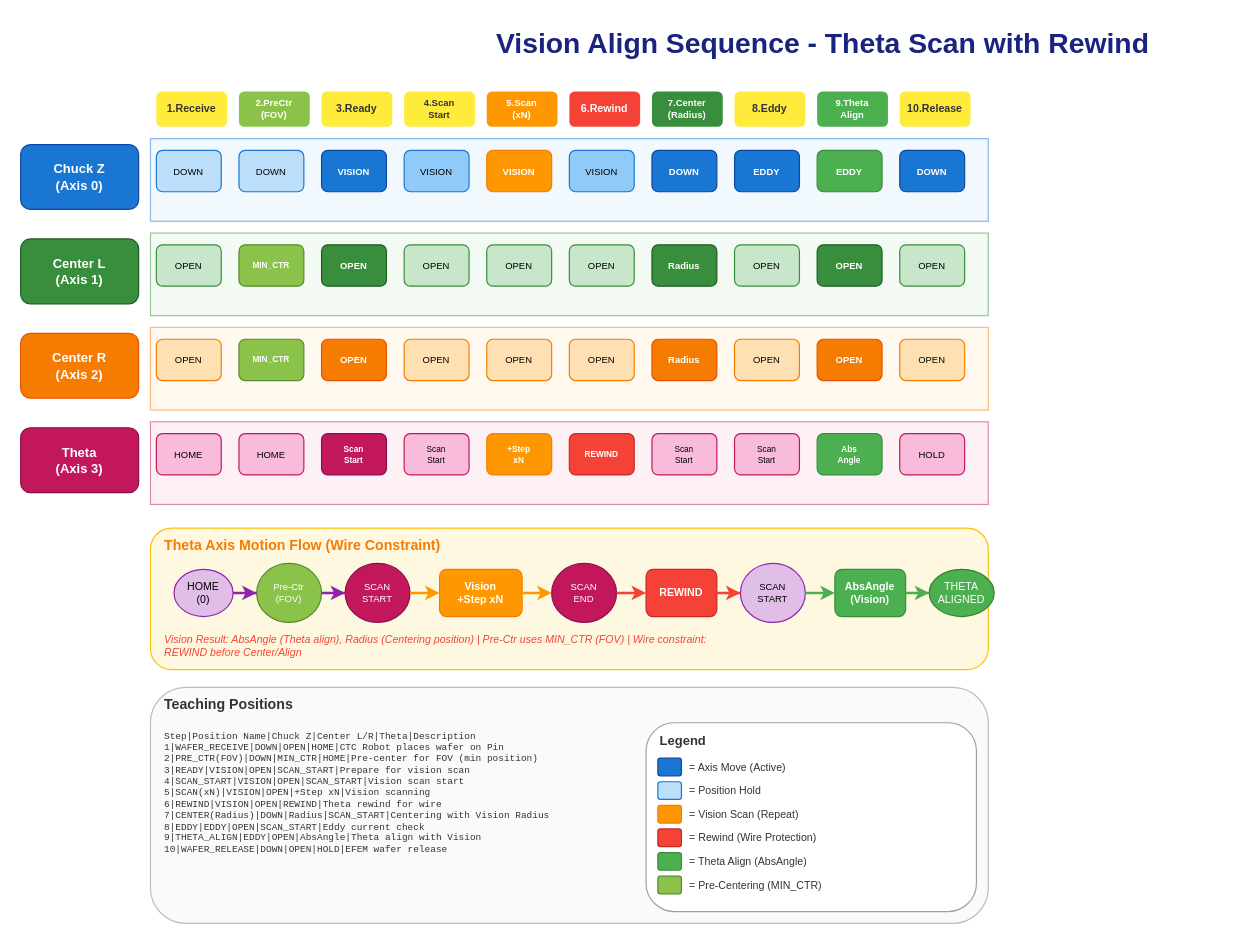
Before: page "Vision Align Sequence (Updated)" (7 of 7) of Docs/Spec/VisionAlign_Spec.drawio in JungSuk0326/VisionAlignChamber, a draw.io diagram. Source tidied: cells renumbered, new cells numbered last; positions are measured from the earlier drawing's top-left corner, leaving out a move shared by most shapes. Both pictures are drawn from the tidied source at 118%, with x=0, y=0 at pixel (20, 20).
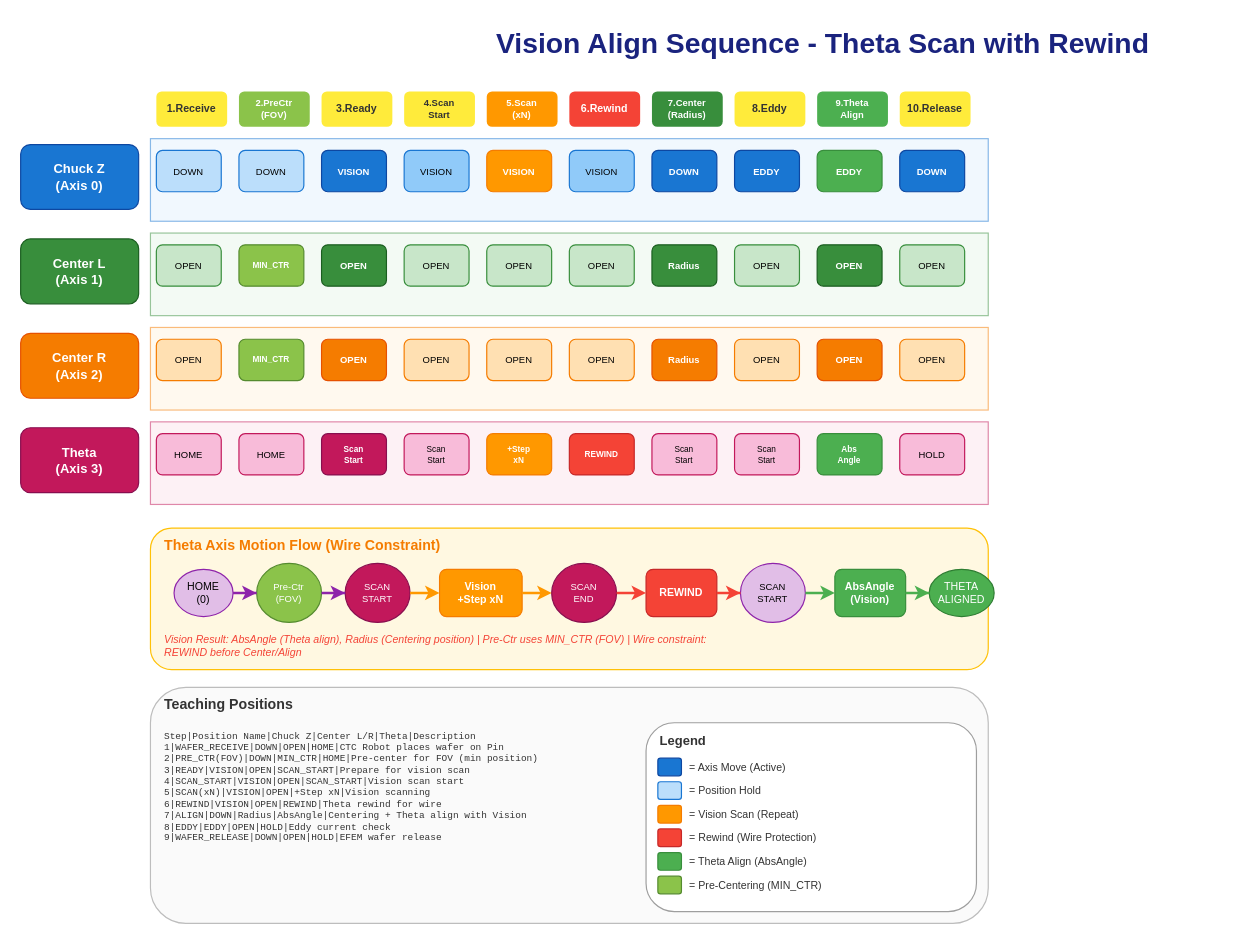
The same diagram, later.

Diff of the diagram source:
```diff
@@
-    <mxCell id="98" value="Step|Position Name|Chuck Z|Center L/R|Theta|Description&#10;1|WAFER_RECEIVE|DOWN|OPEN|HOME|CTC Robot places wafer on Pin&#10;2|PRE_CTR(FOV)|DOWN|MIN_CTR|HOME|Pre-center for FOV (min position)&#10;3|READY|VISION|OPEN|SCAN_START|Prepare for vision scan&#10;4|SCAN_START|VISION|OPEN|SCAN_START|Vision scan start&#10;5|SCAN(xN)|VISION|OPEN|+Step xN|Vision scanning&#10;6|REWIND|VISION|OPEN|REWIND|Theta rewind for wire&#10;7|CENTER(Radius)|DOWN|Radius|SCAN_START|Centering with Vision Radius&#10;8|EDDY|EDDY|OPEN|SCAN_START|Eddy current check&#10;9|THETA_ALIGN|EDDY|OPEN|AbsAngle|Theta align with Vision&#10;10|WAFER_RELEASE|DOWN|OPEN|HOLD|EFEM wafer release" style="text;html=1;strokeColor=none;fillColor=none;align=left;verticalAlign=top;whiteSpace=wrap;rounded=0;fontSize=8;fontColor=#333333;fontFamily=Consolas;" parent="1" vertex="1">
+    <mxCell id="98" value="Step|Position Name|Chuck Z|Center L/R|Theta|Description&#10;1|WAFER_RECEIVE|DOWN|OPEN|HOME|CTC Robot places wafer on Pin&#10;2|PRE_CTR(FOV)|DOWN|MIN_CTR|HOME|Pre-center for FOV (min position)&#10;3|READY|VISION|OPEN|SCAN_START|Prepare for vision scan&#10;4|SCAN_START|VISION|OPEN|SCAN_START|Vision scan start&#10;5|SCAN(xN)|VISION|OPEN|+Step xN|Vision scanning&#10;6|REWIND|VISION|OPEN|REWIND|Theta rewind for wire&#10;7|ALIGN|DOWN|Radius|AbsAngle|Centering + Theta align with Vision&#10;8|EDDY|EDDY|OPEN|HOLD|Eddy current check&#10;9|WAFER_RELEASE|DOWN|OPEN|HOLD|EFEM wafer release" style="text;html=1;strokeColor=none;fillColor=none;align=left;verticalAlign=top;whiteSpace=wrap;rounded=0;fontSize=8;fontColor=#333333;fontFamily=Consolas;" parent="1" vertex="1">
       <mxGeometry x="120" y="595" width="600" height="160" as="geometry" />
     </mxCell>
```
